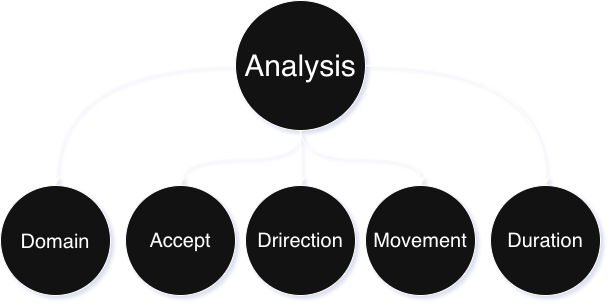
This is design/analysis.png from kashanimorteza/economy_document, a draw.io export, as it was before one commit. Source tidied: cells renumbered, new cells last; positions are measured from the earlier drawing's top-left corner, leaving out a move shared by most shapes. The source it was exported from:
```xml
<mxGraphModel>
  <root>
    <mxCell id="0" />
    <mxCell id="1" parent="0" />
    <mxCell id="2" style="edgeStyle=orthogonalEdgeStyle;rounded=0;jettySize=auto;html=1;curved=1;" parent="1" edge="1" source="6" target="7">
      <mxGeometry relative="1" as="geometry" />
    </mxCell>
    <mxCell id="3" style="edgeStyle=orthogonalEdgeStyle;rounded=0;jettySize=auto;html=1;strokeColor=default;align=center;verticalAlign=middle;fontFamily=Helvetica;fontSize=11;fontColor=default;labelBackgroundColor=default;endArrow=classic;curved=1;" parent="1" edge="1" source="6" target="8">
      <mxGeometry relative="1" as="geometry" />
    </mxCell>
    <mxCell id="4" style="edgeStyle=orthogonalEdgeStyle;rounded=0;jettySize=auto;html=1;strokeColor=default;align=center;verticalAlign=middle;fontFamily=Helvetica;fontSize=11;fontColor=default;labelBackgroundColor=default;endArrow=classic;curved=1;" parent="1" edge="1" source="6" target="9">
      <mxGeometry relative="1" as="geometry" />
    </mxCell>
    <mxCell id="5" style="edgeStyle=orthogonalEdgeStyle;rounded=0;jettySize=auto;html=1;strokeColor=default;align=center;verticalAlign=middle;fontFamily=Helvetica;fontSize=11;fontColor=default;labelBackgroundColor=default;endArrow=classic;curved=1;" parent="1" edge="1" source="6" target="10">
      <mxGeometry relative="1" as="geometry" />
    </mxCell>
    <mxCell id="6" value="&lt;font style=&quot;font-size: 30px;&quot;&gt;Analysis&lt;/font&gt;" style="ellipse;whiteSpace=wrap;html=1;" parent="1" vertex="1">
      <mxGeometry x="235" width="130" height="130" as="geometry" />
    </mxCell>
    <mxCell id="7" value="Accept" style="ellipse;whiteSpace=wrap;html=1;fontSize=20;" parent="1" vertex="1">
      <mxGeometry x="125" y="185" width="110" height="110" as="geometry" />
    </mxCell>
    <mxCell id="8" value="&lt;font style=&quot;font-size: 20px;&quot;&gt;Domain&lt;/font&gt;" style="ellipse;whiteSpace=wrap;html=1;strokeColor=default;align=center;verticalAlign=middle;fontFamily=Helvetica;fontSize=24;fontColor=default;fillColor=default;" parent="1" vertex="1">
      <mxGeometry y="185" width="110" height="110" as="geometry" />
    </mxCell>
    <mxCell id="9" value="Duration" style="ellipse;whiteSpace=wrap;html=1;strokeColor=default;align=center;verticalAlign=middle;fontFamily=Helvetica;fontSize=20;fontColor=default;fillColor=default;" parent="1" vertex="1">
      <mxGeometry x="490" y="185" width="110" height="110" as="geometry" />
    </mxCell>
    <mxCell id="10" value="Movement" style="ellipse;whiteSpace=wrap;html=1;strokeColor=default;align=center;verticalAlign=middle;fontFamily=Helvetica;fontSize=20;fontColor=default;fillColor=default;" parent="1" vertex="1">
      <mxGeometry x="365" y="185" width="110" height="110" as="geometry" />
    </mxCell>
    <mxCell id="11" value="Drirection" style="ellipse;whiteSpace=wrap;html=1;strokeColor=default;align=center;verticalAlign=middle;fontFamily=Helvetica;fontSize=20;fontColor=default;fillColor=default;" parent="1" vertex="1">
      <mxGeometry x="245" y="185" width="110" height="110" as="geometry" />
    </mxCell>
    <mxCell id="12" style="edgeStyle=orthogonalEdgeStyle;rounded=0;jettySize=auto;html=1;strokeColor=default;align=center;verticalAlign=middle;fontFamily=Helvetica;fontSize=11;fontColor=default;labelBackgroundColor=default;endArrow=classic;curved=1;exitX=0.5;exitY=1;exitDx=0;exitDy=0;" parent="1" edge="1" source="6" target="11">
      <mxGeometry relative="1" as="geometry" />
    </mxCell>
  </root>
</mxGraphModel>
```
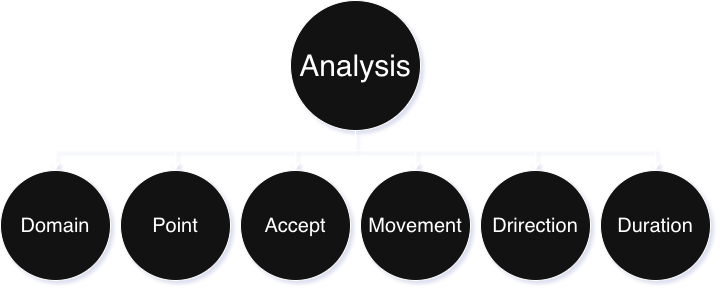
The same diagram one commit later.

Diff of the diagram source:
```diff
@@ -2,38 +2,44 @@
   <root>
     <mxCell id="0" />
     <mxCell id="1" parent="0" />
-    <mxCell id="2" style="edgeStyle=orthogonalEdgeStyle;rounded=0;jettySize=auto;html=1;curved=1;" parent="1" edge="1" source="6" target="7">
+    <mxCell id="2" style="edgeStyle=orthogonalEdgeStyle;rounded=0;jettySize=auto;html=1;" parent="1" edge="1" source="6" target="7">
       <mxGeometry relative="1" as="geometry" />
     </mxCell>
-    <mxCell id="3" style="edgeStyle=orthogonalEdgeStyle;rounded=0;jettySize=auto;html=1;strokeColor=default;align=center;verticalAlign=middle;fontFamily=Helvetica;fontSize=11;fontColor=default;labelBackgroundColor=default;endArrow=classic;curved=1;" parent="1" edge="1" source="6" target="8">
-      <mxGeometry relative="1" as="geometry" />
-    </mxCell>
-    <mxCell id="4" style="edgeStyle=orthogonalEdgeStyle;rounded=0;jettySize=auto;html=1;strokeColor=default;align=center;verticalAlign=middle;fontFamily=Helvetica;fontSize=11;fontColor=default;labelBackgroundColor=default;endArrow=classic;curved=1;" parent="1" edge="1" source="6" target="9">
-      <mxGeometry relative="1" as="geometry" />
-    </mxCell>
-    <mxCell id="5" style="edgeStyle=orthogonalEdgeStyle;rounded=0;jettySize=auto;html=1;strokeColor=default;align=center;verticalAlign=middle;fontFamily=Helvetica;fontSize=11;fontColor=default;labelBackgroundColor=default;endArrow=classic;curved=1;" parent="1" edge="1" source="6" target="10">
+    <mxCell id="5" style="edgeStyle=orthogonalEdgeStyle;rounded=0;jettySize=auto;html=1;strokeColor=default;align=center;verticalAlign=middle;fontFamily=Helvetica;fontSize=11;fontColor=default;labelBackgroundColor=default;endArrow=classic;" parent="1" edge="1" source="6" target="10">
       <mxGeometry relative="1" as="geometry" />
     </mxCell>
     <mxCell id="6" value="&lt;font style=&quot;font-size: 30px;&quot;&gt;Analysis&lt;/font&gt;" style="ellipse;whiteSpace=wrap;html=1;" parent="1" vertex="1">
-      <mxGeometry x="235" width="130" height="130" as="geometry" />
+      <mxGeometry x="270" y="-245" width="130" height="130" as="geometry" />
     </mxCell>
     <mxCell id="7" value="Accept" style="ellipse;whiteSpace=wrap;html=1;fontSize=20;" parent="1" vertex="1">
-      <mxGeometry x="125" y="185" width="110" height="110" as="geometry" />
+      <mxGeometry x="220" y="-75" width="110" height="110" as="geometry" />
     </mxCell>
-    <mxCell id="8" value="&lt;font style=&quot;font-size: 20px;&quot;&gt;Domain&lt;/font&gt;" style="ellipse;whiteSpace=wrap;html=1;strokeColor=default;align=center;verticalAlign=middle;fontFamily=Helvetica;fontSize=24;fontColor=default;fillColor=default;" parent="1" vertex="1">
-      <mxGeometry y="185" width="110" height="110" as="geometry" />
-    </mxCell>
-    <mxCell id="9" value="Duration" style="ellipse;whiteSpace=wrap;html=1;strokeColor=default;align=center;verticalAlign=middle;fontFamily=Helvetica;fontSize=20;fontColor=default;fillColor=default;" parent="1" vertex="1">
-      <mxGeometry x="490" y="185" width="110" height="110" as="geometry" />
-    </mxCell>
     <mxCell id="10" value="Movement" style="ellipse;whiteSpace=wrap;html=1;strokeColor=default;align=center;verticalAlign=middle;fontFamily=Helvetica;fontSize=20;fontColor=default;fillColor=default;" parent="1" vertex="1">
-      <mxGeometry x="365" y="185" width="110" height="110" as="geometry" />
+      <mxGeometry x="340" y="-75" width="110" height="110" as="geometry" />
     </mxCell>
     <mxCell id="11" value="Drirection" style="ellipse;whiteSpace=wrap;html=1;strokeColor=default;align=center;verticalAlign=middle;fontFamily=Helvetica;fontSize=20;fontColor=default;fillColor=default;" parent="1" vertex="1">
-      <mxGeometry x="245" y="185" width="110" height="110" as="geometry" />
+      <mxGeometry x="460" y="-75" width="110" height="110" as="geometry" />
     </mxCell>
-    <mxCell id="12" style="edgeStyle=orthogonalEdgeStyle;rounded=0;jettySize=auto;html=1;strokeColor=default;align=center;verticalAlign=middle;fontFamily=Helvetica;fontSize=11;fontColor=default;labelBackgroundColor=default;endArrow=classic;curved=1;exitX=0.5;exitY=1;exitDx=0;exitDy=0;" parent="1" edge="1" source="6" target="11">
+    <mxCell id="12" style="edgeStyle=orthogonalEdgeStyle;rounded=0;jettySize=auto;html=1;strokeColor=default;align=center;verticalAlign=middle;fontFamily=Helvetica;fontSize=11;fontColor=default;labelBackgroundColor=default;endArrow=classic;exitX=0.5;exitY=1;exitDx=0;exitDy=0;" parent="1" edge="1" source="6" target="11">
       <mxGeometry relative="1" as="geometry" />
     </mxCell>
+    <mxCell id="13" value="Point" style="ellipse;whiteSpace=wrap;html=1;fontSize=20;" parent="1" vertex="1">
+      <mxGeometry x="100" y="-75" width="110" height="110" as="geometry" />
+    </mxCell>
+    <mxCell id="14" style="edgeStyle=orthogonalEdgeStyle;rounded=0;jettySize=auto;html=1;exitX=0.5;exitY=1;exitDx=0;exitDy=0;" parent="1" edge="1" source="6" target="13">
+      <mxGeometry relative="1" as="geometry" />
+    </mxCell>
+    <mxCell id="8" value="Domain" style="ellipse;whiteSpace=wrap;html=1;fontSize=20;" parent="1" vertex="1">
+      <mxGeometry x="-20" y="-75" width="110" height="110" as="geometry" />
+    </mxCell>
+    <mxCell id="3" style="rounded=0;jettySize=auto;html=1;exitX=0.5;exitY=1;exitDx=0;exitDy=0;edgeStyle=orthogonalEdgeStyle;" parent="1" edge="1" source="6" target="8">
+      <mxGeometry relative="1" as="geometry" />
+    </mxCell>
+    <mxCell id="9" value="Duration" style="ellipse;whiteSpace=wrap;html=1;strokeColor=default;align=center;verticalAlign=middle;fontFamily=Helvetica;fontSize=20;fontColor=default;fillColor=default;" parent="1" vertex="1">
+      <mxGeometry x="580" y="-75" width="110" height="110" as="geometry" />
+    </mxCell>
+    <mxCell id="4" style="edgeStyle=orthogonalEdgeStyle;rounded=0;jettySize=auto;html=1;strokeColor=default;align=center;verticalAlign=middle;fontFamily=Helvetica;fontSize=11;fontColor=default;labelBackgroundColor=default;endArrow=classic;exitX=0.5;exitY=1;exitDx=0;exitDy=0;" parent="1" edge="1" source="6" target="9">
+      <mxGeometry relative="1" as="geometry" />
+    </mxCell>
   </root>
 </mxGraphModel>
```
